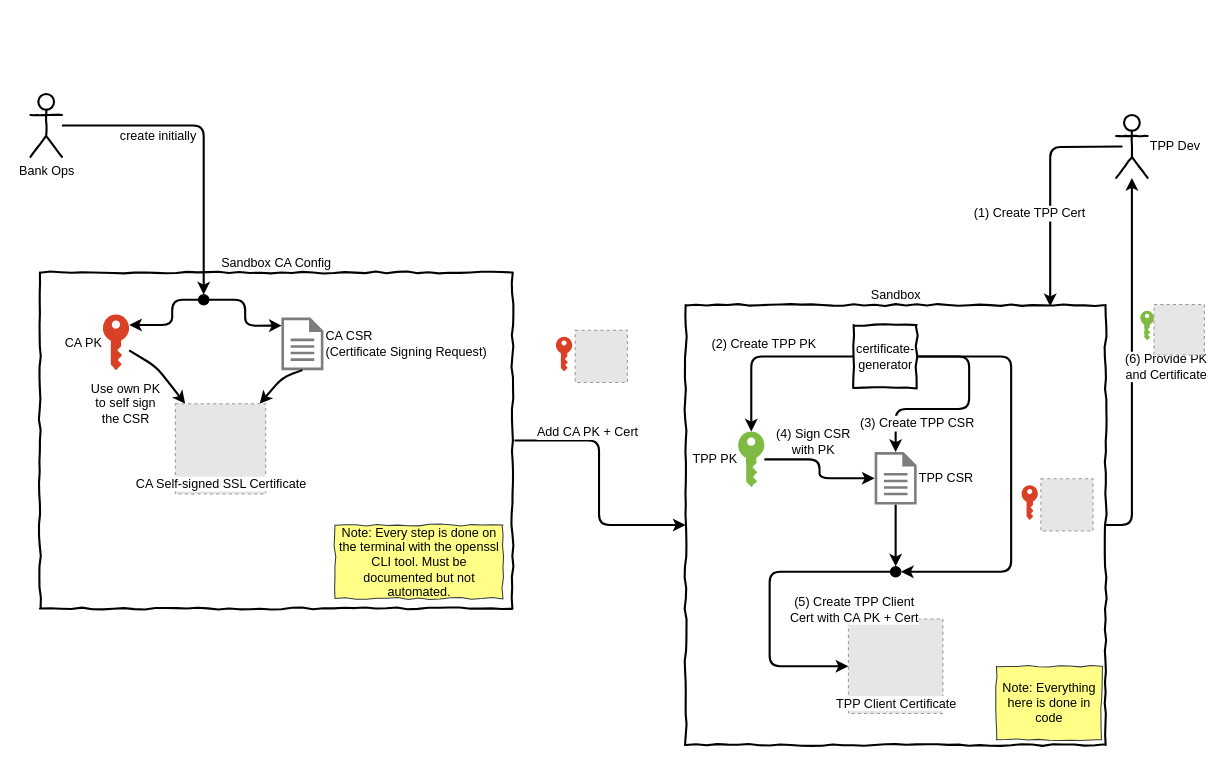
This is arc42/diagrams/ssl-client.drawio.xml from adorsys/psd2-accelerator, a draw.io file, before an edit. Source tidied: cells renumbered, new cells numbered last; positions are measured from the earlier drawing's top-left corner, leaving out a move shared by most shapes. Both pictures are drawn from the tidied source at 105%, with x=0, y=0 at pixel (29, 93). Pictures stored in the file or linked from it are replaced by grey dashed boxes.
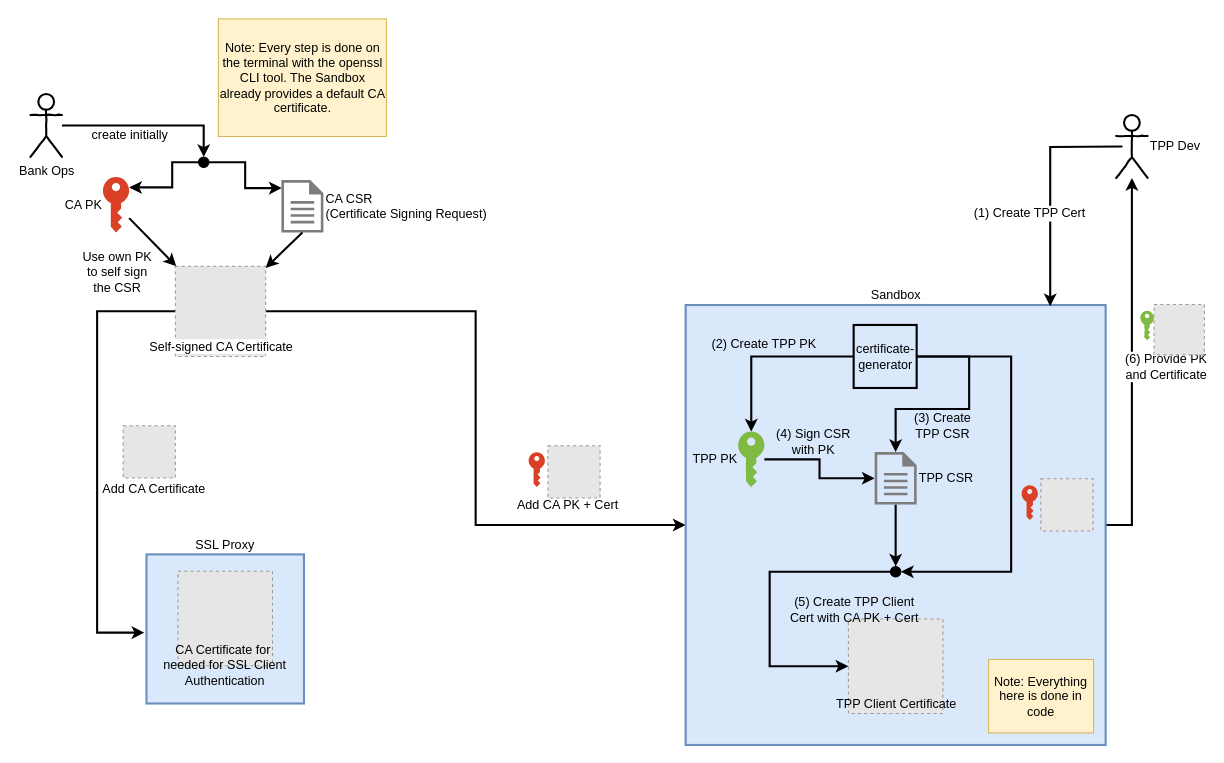
Above is the later version.

The change refers to these unchanged cells:
```xml
<mxCell id="12" value="Bank Ops" style="shape=umlActor;verticalLabelPosition=bottom;labelBackgroundColor=#ffffff;verticalAlign=top;html=1;outlineConnect=0;rounded=0;comic=1;strokeWidth=2;fillColor=none;fontFamily=Helvetica;fontColor=#000000;align=center;" parent="1" vertex="1">
  <mxGeometry x="0.5" width="30" height="60" as="geometry" />
</mxCell>
<mxCell id="18" value="TPP Dev" style="shape=umlActor;verticalLabelPosition=middle;labelBackgroundColor=#ffffff;verticalAlign=middle;html=1;outlineConnect=0;rounded=0;comic=1;strokeWidth=2;fillColor=none;fontFamily=Helvetica;fontColor=#000000;align=left;labelPosition=right;" parent="1" vertex="1">
  <mxGeometry x="1034.5" y="20" width="30" height="60" as="geometry" />
</mxCell>
<mxCell id="21" value="TPP PK" style="shadow=0;dashed=0;html=1;strokeColor=none;labelPosition=left;verticalLabelPosition=middle;verticalAlign=middle;outlineConnect=0;align=right;shape=mxgraph.office.security.key_permissions;fillColor=#7FBA42;rounded=0;comic=1;fontFamily=Helvetica;fontColor=#000000;" parent="1" vertex="1">
  <mxGeometry x="674.5" y="321.5" width="25" height="53" as="geometry" />
</mxCell>
<mxCell id="23" value="TPP CSR&lt;br&gt;" style="shadow=0;dashed=0;html=1;strokeColor=none;labelPosition=right;verticalLabelPosition=middle;verticalAlign=middle;align=left;shape=mxgraph.mscae.enterprise.document;fillColor=#7D7D7D;horizontal=1;" parent="1" vertex="1">
  <mxGeometry x="804.5" y="341" width="40" height="50" as="geometry" />
</mxCell>
<mxCell id="40" style="ellipse;html=1;verticalLabelPosition=bottom;labelBackgroundColor=#ffffff;verticalAlign=top;fillColor=#000000;strokeColor=#000000;rounded=0;comic=1;fontFamily=Helvetica;fontColor=#000000;align=center;" parent="1" vertex="1">
  <mxGeometry x="819.5" y="450" width="10" height="10" as="geometry" />
</mxCell>
```

What changed in the source:
```diff
@@
-    <mxCell id="2" style="edgeStyle=orthogonalEdgeStyle;html=1;jettySize=auto;fontFamily=Helvetica;fontColor=#000000;strokeWidth=2;rounded=1;" parent="1" edge="1" source="4" target="15">
+    <mxCell id="2" style="edgeStyle=orthogonalEdgeStyle;html=1;jettySize=auto;fontFamily=Helvetica;fontColor=#000000;strokeWidth=2;rounded=0;" parent="1" edge="1" source="30" target="15">
       <mxGeometry relative="1" as="geometry" />
     </mxCell>
     <mxCell id="3" value="Add CA PK + Cert" style="text;html=1;align=center;verticalAlign=middle;labelBackgroundColor=#ffffff;fontFamily=Helvetica;fontColor=#000000;" parent="2" vertex="1">
       <mxGeometry x="-0.43" y="7" relative="1" as="geometry">
-        <mxPoint y="-2" as="offset" />
+        <mxPoint x="114.5" y="191" as="offset" />
       </mxGeometry>
     </mxCell>
-    <mxCell id="4" value="&lt;div style=&quot;text-align: left&quot;&gt;Sandbox CA Config&lt;/div&gt;" style="rounded=0;whiteSpace=wrap;html=1;fillColor=none;strokeColor=#000000;strokeWidth=2;perimeterSpacing=2;comic=1;align=center;labelPosition=center;verticalLabelPosition=top;verticalAlign=bottom;" parent="1" vertex="1">
-      <mxGeometry x="9.5" y="170" width="450" height="320" as="geometry" />
+    <mxCell id="4" value="&lt;div style=&quot;text-align: left&quot;&gt;SSL Proxy&lt;/div&gt;" style="rounded=0;whiteSpace=wrap;html=1;fillColor=#dae8fc;strokeColor=#6c8ebf;strokeWidth=2;perimeterSpacing=2;comic=0;align=center;labelPosition=center;verticalLabelPosition=top;verticalAlign=bottom;glass=0;shadow=0;" parent="1" vertex="1">
+      <mxGeometry x="111" y="438.5" width="150" height="142" as="geometry" />
     </mxCell>
     <mxCell id="5" value="CA PK" style="shadow=0;dashed=0;html=1;strokeColor=none;labelPosition=left;verticalLabelPosition=middle;verticalAlign=middle;outlineConnect=0;align=right;shape=mxgraph.office.security.key_permissions;fillColor=#DA4026;" parent="1" vertex="1">
-      <mxGeometry x="69.5" y="210" width="25" height="53" as="geometry" />
+      <mxGeometry x="69.5" y="79" width="25" height="53" as="geometry" />
     </mxCell>
     <mxCell id="6" value="CA CSR&lt;br&gt;(Certificate Signing Request)&lt;br&gt;" style="shadow=0;dashed=0;html=1;strokeColor=none;labelPosition=right;verticalLabelPosition=middle;verticalAlign=middle;align=left;shape=mxgraph.mscae.enterprise.document;fillColor=#7D7D7D;horizontal=1;" parent="1" vertex="1">
-      <mxGeometry x="239.5" y="213" width="40" height="50" as="geometry" />
+      <mxGeometry x="239.5" y="82" width="40" height="50" as="geometry" />
     </mxCell>
-    <mxCell id="7" style="endArrow=classic;html=1;strokeWidth=2;rounded=1;" parent="1" edge="1" source="5" target="30">
-      <mxGeometry relative="1" as="geometry">
-        <Array as="points">
-          <mxPoint x="120.5" y="260" />
-        </Array>
-      </mxGeometry>
+    <mxCell id="7" style="endArrow=classic;html=1;strokeWidth=2;rounded=0;" parent="1" edge="1" source="5" target="30">
+      <mxGeometry relative="1" as="geometry" />
     </mxCell>
@@
     <mxCell id="9" style="endArrow=classic;html=1;exitX=0.5;exitY=1;exitPerimeter=0;strokeWidth=2;rounded=1;" parent="1" edge="1" source="6" target="30">
-      <mxGeometry relative="1" as="geometry">
-        <Array as="points">
-          <mxPoint x="240.5" y="270" />
-        </Array>
-      </mxGeometry>
+      <mxGeometry relative="1" as="geometry" />
     </mxCell>
-    <mxCell id="10" style="edgeStyle=orthogonalEdgeStyle;html=1;jettySize=auto;fontFamily=Helvetica;fontColor=#000000;strokeWidth=2;entryX=0.5;entryY=1;rounded=1;" parent="1" edge="1" source="12" target="47">
+    <mxCell id="10" style="edgeStyle=orthogonalEdgeStyle;html=1;jettySize=auto;fontFamily=Helvetica;fontColor=#000000;strokeWidth=2;entryX=0.5;entryY=1;rounded=0;" parent="1" edge="1" source="12" target="47">
       <mxGeometry relative="1" as="geometry">
         <Array as="points">
           <mxPoint x="165.5" y="30" />
         </Array>
       </mxGeometry>
     </mxCell>
     <mxCell id="11" value="create initially" style="text;html=1;align=center;verticalAlign=middle;labelBackgroundColor=#ffffff;fontFamily=Helvetica;fontColor=#000000;" parent="10" vertex="1">
       <mxGeometry x="-0.3" y="-5" relative="1" as="geometry">
-        <mxPoint x="-13" y="4.5" as="offset" />
+        <mxPoint x="6" y="3" as="offset" />
       </mxGeometry>
     </mxCell>
@@
-    <mxCell id="13" style="edgeStyle=orthogonalEdgeStyle;html=1;jettySize=auto;strokeWidth=2;fontFamily=Helvetica;fontColor=#000000;rounded=1;" parent="1" edge="1" source="15" target="18">
+    <mxCell id="13" style="edgeStyle=orthogonalEdgeStyle;html=1;jettySize=auto;strokeWidth=2;fontFamily=Helvetica;fontColor=#000000;rounded=0;" parent="1" edge="1" source="15" target="18">
       <mxGeometry relative="1" as="geometry">
         <Array as="points">
           <mxPoint x="1049.5" y="411" />
         </Array>
       </mxGeometry>
     </mxCell>
@@
-    <mxCell id="15" value="Sandbox" style="rounded=0;whiteSpace=wrap;html=1;comic=1;strokeWidth=2;fillColor=none;fontFamily=Helvetica;fontColor=#000000;align=center;labelPosition=center;verticalLabelPosition=top;verticalAlign=bottom;" parent="1" vertex="1">
+    <mxCell id="15" value="Sandbox" style="rounded=0;whiteSpace=wrap;html=1;comic=0;strokeWidth=2;fillColor=#dae8fc;fontFamily=Helvetica;align=center;labelPosition=center;verticalLabelPosition=top;verticalAlign=bottom;glass=0;shadow=0;strokeColor=#6c8ebf;" parent="1" vertex="1">
       <mxGeometry x="624.5" y="201" width="400" height="419" as="geometry" />
     </mxCell>
-    <mxCell id="16" style="edgeStyle=orthogonalEdgeStyle;html=1;entryX=0.868;entryY=0.003;jettySize=auto;strokeWidth=2;fontFamily=Helvetica;fontColor=#000000;entryPerimeter=0;rounded=1;" parent="1" edge="1" target="15">
+    <mxCell id="16" style="edgeStyle=orthogonalEdgeStyle;html=1;entryX=0.868;entryY=0.003;jettySize=auto;strokeWidth=2;fontFamily=Helvetica;fontColor=#000000;entryPerimeter=0;rounded=0;" parent="1" edge="1" target="15">
       <mxGeometry relative="1" as="geometry">
         <mxPoint x="1040.5" y="50" as="sourcePoint" />
       </mxGeometry>
     </mxCell>
@@
-    <mxCell id="19" style="edgeStyle=orthogonalEdgeStyle;html=1;entryX=0;entryY=0.5;entryPerimeter=0;jettySize=auto;strokeWidth=2;fontFamily=Helvetica;fontColor=#000000;rounded=1;" parent="1" edge="1" source="21" target="23">
+    <mxCell id="19" style="edgeStyle=orthogonalEdgeStyle;html=1;entryX=0;entryY=0.5;entryPerimeter=0;jettySize=auto;strokeWidth=2;fontFamily=Helvetica;fontColor=#000000;rounded=0;" parent="1" edge="1" source="21" target="23">
       <mxGeometry relative="1" as="geometry" />
     </mxCell>
-    <mxCell id="20" value="(4) Sign CSR&lt;br&gt;with PK" style="text;html=1;align=center;verticalAlign=middle;labelBackgroundColor=#ffffff;fontFamily=Helvetica;fontColor=#000000;" parent="19" vertex="1">
+    <mxCell id="20" value="(4) Sign CSR&lt;br&gt;with PK" style="text;html=1;align=center;verticalAlign=middle;labelBackgroundColor=none;fontFamily=Helvetica;fontColor=#000000;" parent="19" vertex="1">
       <mxGeometry x="-0.5" y="-13" relative="1" as="geometry">
         <mxPoint x="15" y="-31" as="offset" />
       </mxGeometry>
     </mxCell>
@@
-    <mxCell id="24" style="edgeStyle=orthogonalEdgeStyle;html=1;jettySize=auto;strokeWidth=2;fontFamily=Helvetica;fontColor=#000000;rounded=1;" parent="1" edge="1" source="29" target="21">
+    <mxCell id="24" style="edgeStyle=orthogonalEdgeStyle;html=1;jettySize=auto;strokeWidth=2;fontFamily=Helvetica;fontColor=#000000;rounded=0;" parent="1" edge="1" source="29" target="21">
       <mxGeometry relative="1" as="geometry" />
     </mxCell>
-    <mxCell id="25" value="(2) Create TPP PK" style="text;html=1;align=center;verticalAlign=middle;labelBackgroundColor=#ffffff;fontFamily=Helvetica;fontColor=#000000;" parent="24" vertex="1">
+    <mxCell id="25" value="(2) Create TPP PK" style="text;html=1;align=center;verticalAlign=middle;labelBackgroundColor=none;fontFamily=Helvetica;fontColor=#000000;" parent="24" vertex="1">
       <mxGeometry x="-0.39" y="6" relative="1" as="geometry">
         <mxPoint x="-34" y="-18.5" as="offset" />
       </mxGeometry>
     </mxCell>
-    <mxCell id="26" style="edgeStyle=orthogonalEdgeStyle;html=1;exitX=1;exitY=0.5;jettySize=auto;strokeWidth=2;fontFamily=Helvetica;fontColor=#000000;rounded=1;" parent="1" edge="1" source="29" target="23">
+    <mxCell id="26" style="edgeStyle=orthogonalEdgeStyle;html=1;exitX=1;exitY=0.5;jettySize=auto;strokeWidth=2;fontFamily=Helvetica;fontColor=#000000;rounded=0;" parent="1" edge="1" source="29" target="23">
       <mxGeometry relative="1" as="geometry">
         <Array as="points">
           <mxPoint x="894.5" y="250" />
           <mxPoint x="894.5" y="300" />
           <mxPoint x="824.5" y="300" />
         </Array>
       </mxGeometry>
     </mxCell>
-    <mxCell id="27" value="(3) Create TPP CSR" style="text;html=1;align=center;verticalAlign=middle;labelBackgroundColor=#ffffff;fontFamily=Helvetica;fontColor=#000000;" parent="26" vertex="1">
+    <mxCell id="27" value="(3) Create &lt;br&gt;TPP CSR" style="text;html=1;align=center;verticalAlign=middle;labelBackgroundColor=none;fontFamily=Helvetica;fontColor=#000000;" parent="26" vertex="1">
       <mxGeometry x="0.24" y="-2" relative="1" as="geometry">
-        <mxPoint x="-19.5" y="15.5" as="offset" />
+        <mxPoint x="4.5" y="17.5" as="offset" />
       </mxGeometry>
     </mxCell>
-    <mxCell id="28" style="edgeStyle=orthogonalEdgeStyle;html=1;jettySize=auto;strokeWidth=2;fontFamily=Helvetica;fontColor=#000000;entryX=1;entryY=0.5;rounded=1;" parent="1" edge="1" source="29" target="40">
+    <mxCell id="28" style="edgeStyle=orthogonalEdgeStyle;html=1;jettySize=auto;strokeWidth=2;fontFamily=Helvetica;fontColor=#000000;entryX=1;entryY=0.5;rounded=0;" parent="1" edge="1" source="29" target="40">
       <mxGeometry relative="1" as="geometry">
         <Array as="points">
           <mxPoint x="934.5" y="250" />
           <mxPoint x="934.5" y="455" />
         </Array>
       </mxGeometry>
     </mxCell>
-    <mxCell id="29" value="&lt;div style=&quot;text-align: center&quot;&gt;&lt;span&gt;certificate-generator&lt;/span&gt;&lt;/div&gt;" style="rounded=0;whiteSpace=wrap;html=1;comic=1;strokeWidth=2;fillColor=none;fontFamily=Helvetica;fontColor=#000000;align=center;" parent="1" vertex="1">
+    <mxCell id="29" value="&lt;div style=&quot;text-align: center&quot;&gt;&lt;span&gt;certificate-generator&lt;/span&gt;&lt;/div&gt;" style="rounded=0;whiteSpace=wrap;html=1;comic=0;strokeWidth=2;fillColor=none;fontFamily=Helvetica;fontColor=#000000;align=center;" parent="1" vertex="1">
       <mxGeometry x="784.5" y="220" width="60" height="60" as="geometry" />
     </mxCell>
+    <mxCell id="49" style="edgeStyle=orthogonalEdgeStyle;rounded=0;html=1;jettySize=auto;fontSize=8;strokeWidth=2;" parent="1" edge="1" source="30" target="4">
+      <mxGeometry relative="1" as="geometry">
+        <Array as="points">
+          <mxPoint x="64" y="207" />
+          <mxPoint x="64" y="513" />
+        </Array>
+      </mxGeometry>
+    </mxCell>
+    <mxCell id="50" value="Add CA Certificate&lt;br&gt;" style="text;html=1;align=center;verticalAlign=middle;labelBackgroundColor=#ffffff;fontSize=12;" parent="49" vertex="1">
+      <mxGeometry x="-0.05" y="4" relative="1" as="geometry">
+        <mxPoint x="49" y="41.5" as="offset" />
+      </mxGeometry>
+    </mxCell>
-    <mxCell id="30" value="CA Self-signed SSL Certificate" style="fillColor=#E6E6E6;strokeColor=#999999;dashed=1;verticalAlign=bottom;verticalLabelPosition=middle;labelBackgroundColor=#ffffff;fontFamily=Helvetica;fontColor=#000000;align=center;labelPosition=center;html=1;spacingTop=0;" parent="1" vertex="1">
-      <mxGeometry x="138.5" y="295" width="86" height="86" as="geometry" />
+    <mxCell id="30" value="Self-signed CA Certificate" style="fillColor=#E6E6E6;strokeColor=#999999;dashed=1;verticalAlign=bottom;verticalLabelPosition=middle;labelBackgroundColor=#ffffff;fontFamily=Helvetica;fontColor=#000000;align=center;labelPosition=center;html=1;spacingTop=0;" parent="1" vertex="1">
+      <mxGeometry x="138.5" y="164" width="86" height="86" as="geometry" />
     </mxCell>
-    <mxCell id="31" value="TPP Client Certificate" style="fillColor=#E6E6E6;strokeColor=#999999;dashed=1;html=1;verticalAlign=bottom;verticalLabelPosition=middle;labelBackgroundColor=#ffffff;fontFamily=Helvetica;fontColor=#000000;align=center;labelPosition=center;" parent="1" vertex="1">
+    <mxCell id="31" value="TPP Client Certificate" style="fillColor=#E6E6E6;strokeColor=#999999;dashed=1;html=1;verticalAlign=bottom;verticalLabelPosition=middle;labelBackgroundColor=none;fontFamily=Helvetica;fontColor=#000000;align=center;labelPosition=center;" parent="1" vertex="1">
       <mxGeometry x="779.5" y="500" width="90" height="90" as="geometry" />
     </mxCell>
     <mxCell id="32" style="group;" parent="1" vertex="1">
-      <mxGeometry x="501" y="225" width="68" height="50" as="geometry" />
+      <mxGeometry x="475" y="335" width="68" height="50" as="geometry" />
     </mxCell>
@@
-    <mxCell id="38" style="edgeStyle=orthogonalEdgeStyle;html=1;jettySize=auto;strokeWidth=2;fontFamily=Helvetica;fontColor=#000000;rounded=1;" parent="1" edge="1" source="40" target="31">
+    <mxCell id="38" style="edgeStyle=orthogonalEdgeStyle;html=1;jettySize=auto;strokeWidth=2;fontFamily=Helvetica;fontColor=#000000;rounded=0;" parent="1" edge="1" source="40" target="31">
       <mxGeometry relative="1" as="geometry">
         <Array as="points">
           <mxPoint x="704.5" y="455" />
           <mxPoint x="704.5" y="545" />
         </Array>
       </mxGeometry>
     </mxCell>
-    <mxCell id="39" value="(5) Create TPP Client&lt;br&gt;Cert with CA PK + Cert" style="text;html=1;align=center;verticalAlign=middle;labelBackgroundColor=#ffffff;fontFamily=Helvetica;fontColor=#000000;" parent="38" vertex="1">
+    <mxCell id="39" value="(5) Create TPP Client&lt;br&gt;Cert with CA PK + Cert" style="text;html=1;align=center;verticalAlign=middle;labelBackgroundColor=none;fontFamily=Helvetica;fontColor=#000000;" parent="38" vertex="1">
       <mxGeometry x="-0.4" y="1" relative="1" as="geometry">
         <mxPoint x="49" y="34" as="offset" />
       </mxGeometry>
     </mxCell>
@@
-    <mxCell id="44" value="Note: Every step is done on the terminal with the openssl CLI tool. Must be documented but not automated." style="text;html=1;strokeColor=#36393d;fillColor=#ffff88;align=center;verticalAlign=middle;whiteSpace=wrap;rounded=0;comic=1;fontFamily=Helvetica;" parent="1" vertex="1">
-      <mxGeometry x="290.5" y="410.5" width="160" height="70" as="geometry" />
+    <mxCell id="44" value="Note: Every step is done on the terminal with the openssl CLI tool. The Sandbox already provides a default CA certificate." style="text;html=1;strokeColor=#d6b656;fillColor=#fff2cc;align=center;verticalAlign=middle;whiteSpace=wrap;rounded=0;comic=0;fontFamily=Helvetica;" parent="1" vertex="1">
+      <mxGeometry x="179.5" y="-71.5" width="160" height="112" as="geometry" />
     </mxCell>
-    <mxCell id="45" style="edgeStyle=orthogonalEdgeStyle;html=1;jettySize=auto;strokeWidth=2;rounded=1;" parent="1" edge="1" source="47" target="5">
+    <mxCell id="45" style="edgeStyle=orthogonalEdgeStyle;html=1;jettySize=auto;strokeWidth=2;rounded=0;" parent="1" edge="1" source="47" target="5">
       <mxGeometry relative="1" as="geometry">
         <Array as="points">
-          <mxPoint x="135.5" y="196" />
-          <mxPoint x="135.5" y="220" />
+          <mxPoint x="135.5" y="65" />
+          <mxPoint x="135.5" y="89" />
         </Array>
       </mxGeometry>
     </mxCell>
-    <mxCell id="46" style="edgeStyle=orthogonalEdgeStyle;html=1;entryX=0.008;entryY=0.153;entryPerimeter=0;jettySize=auto;strokeWidth=2;rounded=1;" parent="1" edge="1" source="47" target="6">
+    <mxCell id="46" style="edgeStyle=orthogonalEdgeStyle;html=1;entryX=0.008;entryY=0.153;entryPerimeter=0;jettySize=auto;strokeWidth=2;rounded=0;" parent="1" edge="1" source="47" target="6">
       <mxGeometry relative="1" as="geometry" />
     </mxCell>
     <mxCell id="47" style="ellipse;html=1;verticalLabelPosition=bottom;labelBackgroundColor=#ffffff;verticalAlign=top;fillColor=#000000;strokeColor=#000000;direction=west;" parent="1" vertex="1">
-      <mxGeometry x="160.5" y="191" width="10" height="10" as="geometry" />
+      <mxGeometry x="160.5" y="60" width="10" height="10" as="geometry" />
     </mxCell>
-    <mxCell id="48" value="Note: Everything here is done in code" style="text;html=1;strokeColor=#36393d;fillColor=#ffff88;align=center;verticalAlign=middle;whiteSpace=wrap;rounded=0;comic=1;fontFamily=Helvetica;" parent="1" vertex="1">
-      <mxGeometry x="920.5" y="545" width="100" height="70" as="geometry" />
+    <mxCell id="48" value="Note: Everything here is done in code" style="text;html=1;strokeColor=#d6b656;fillColor=#fff2cc;align=center;verticalAlign=middle;whiteSpace=wrap;rounded=0;comic=0;fontFamily=Helvetica;" parent="1" vertex="1">
+      <mxGeometry x="913" y="538.5" width="100" height="70" as="geometry" />
     </mxCell>
+    <mxCell id="51" style="fillColor=#E6E6E6;strokeColor=#999999;dashed=1;html=1;verticalAlign=bottom;verticalLabelPosition=middle;labelBackgroundColor=#ffffff;fontFamily=Helvetica;fontColor=#000000;align=center;labelPosition=center;" parent="1" vertex="1">
+      <mxGeometry x="88.8" y="316" width="49.7" height="49.7" as="geometry" />
+    </mxCell>
+    <mxCell id="52" style="group;" parent="1" vertex="1">
+      <mxGeometry x="121" y="454.5" width="130" height="109" as="geometry" />
+    </mxCell>
+    <mxCell id="53" style="fillColor=#E6E6E6;strokeColor=#999999;dashed=1;html=1;verticalAlign=bottom;verticalLabelPosition=middle;labelBackgroundColor=#ffffff;fontFamily=Helvetica;fontColor=#000000;align=center;labelPosition=center;" parent="52" vertex="1">
+      <mxGeometry x="20" width="90" height="90" as="geometry" />
+    </mxCell>
+    <mxCell id="54" value="&lt;span&gt;CA Certificate for&amp;nbsp;&lt;/span&gt;&lt;br&gt;&lt;span&gt;needed for SSL Client&lt;/span&gt;&lt;br&gt;&lt;span&gt;Authentication&lt;/span&gt;" style="text;html=1;strokeColor=none;fillColor=none;align=center;verticalAlign=middle;whiteSpace=wrap;rounded=0;shadow=0;glass=0;comic=0;fontSize=12;" parent="52" vertex="1">
+      <mxGeometry y="69" width="130" height="40" as="geometry" />
+    </mxCell>
```
